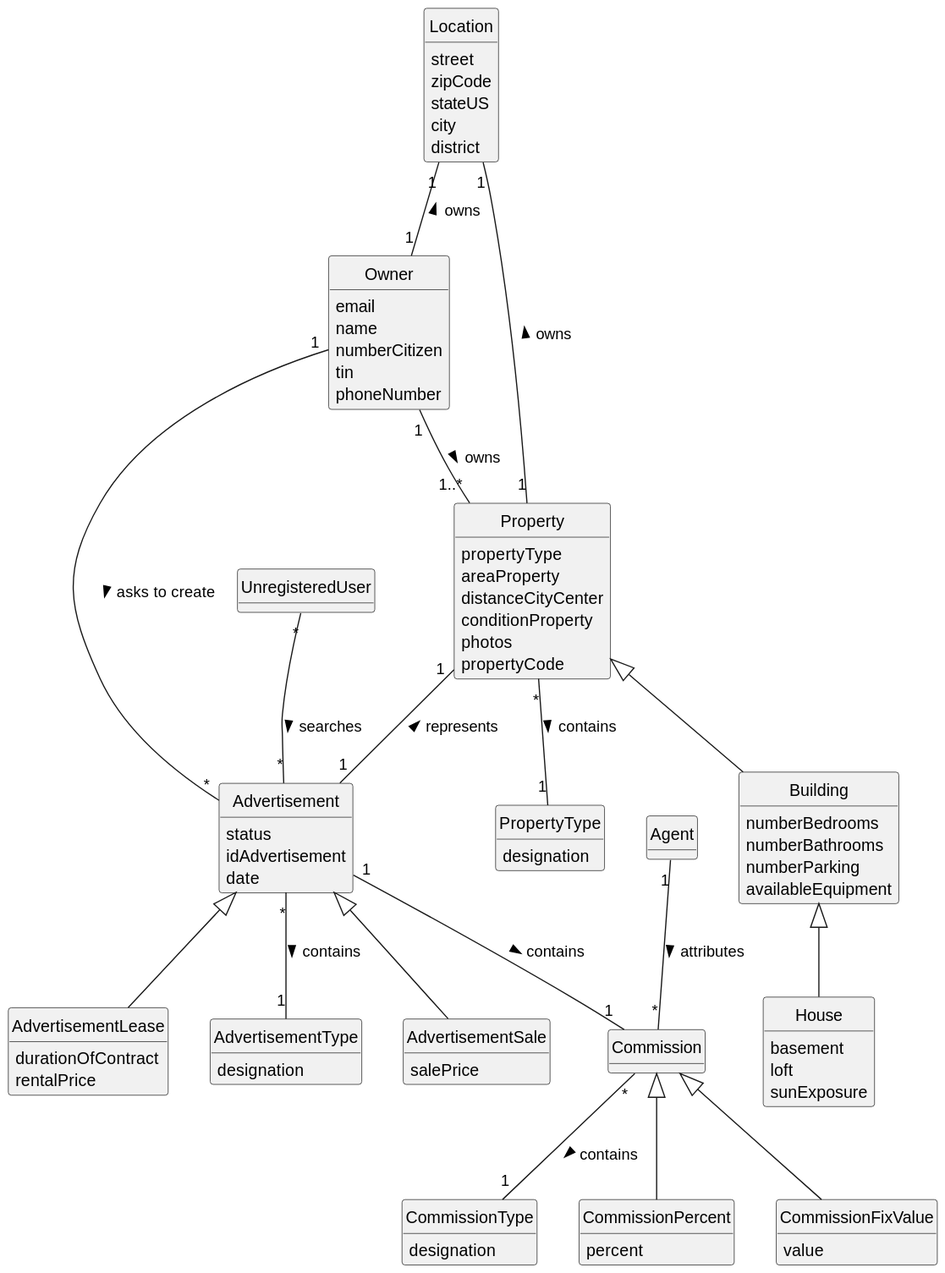
Above: docs/sprintA/us001/02.analysis/svg/us001-domain-model.svg in PEDROMOREIRA45/lei-23-s2-1dg-g31 (PlantUML), before the change.
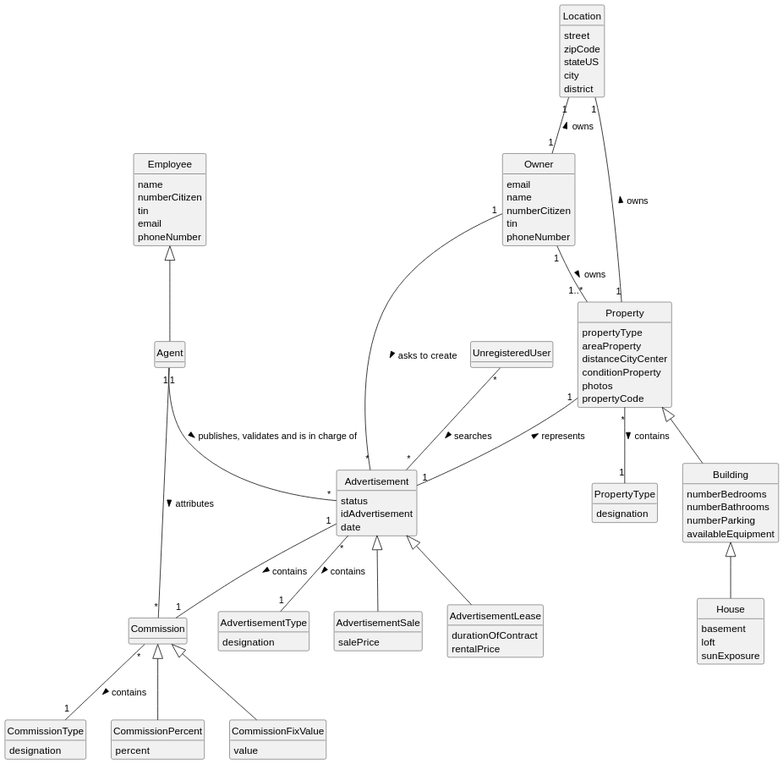
After the commit.

Commit message:
us001 domain model corrections and last client clarification added to the Readme.md file

What changed in the source:
```diff
@@ -87,6 +87,13 @@
     value
 }
 
+class Employee{
+    name
+    numberCitizen
+    tin
+    email
+    phoneNumber
+}
 
 
 UnregisteredUser "*" -- "*" Advertisement: searches >
@@ -106,4 +113,6 @@
 Commission "*" -- "1" CommissionType: contains >
 Advertisement "1" -- "1" Commission: contains >
 Agent "1" -- "*" Commission: attributes >
+Agent "1" -- "*" Advertisement: publishes, validates and is in charge of >
+Employee <|-- Agent
 @enduml
```
